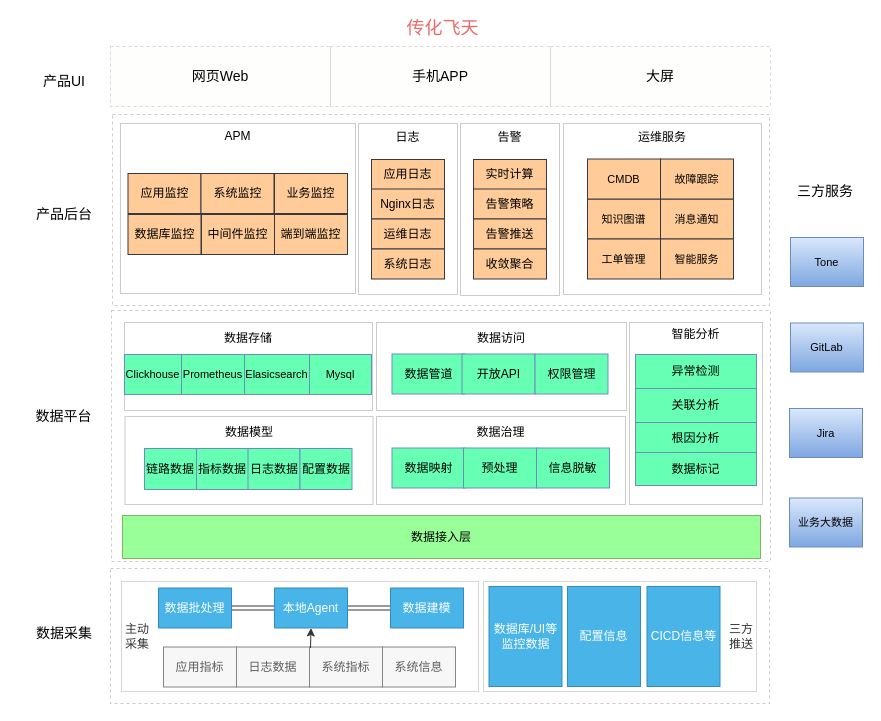
Before: 传化盖亚架构图.drawio in sunface/draw.io, a draw.io diagram. Source tidied: cells renumbered, new cells numbered last; positions are measured from the earlier drawing's top-left corner, leaving out a move shared by most shapes. Both pictures are drawn from the tidied source at 100%, with x=0, y=0 at pixel (17, 18).
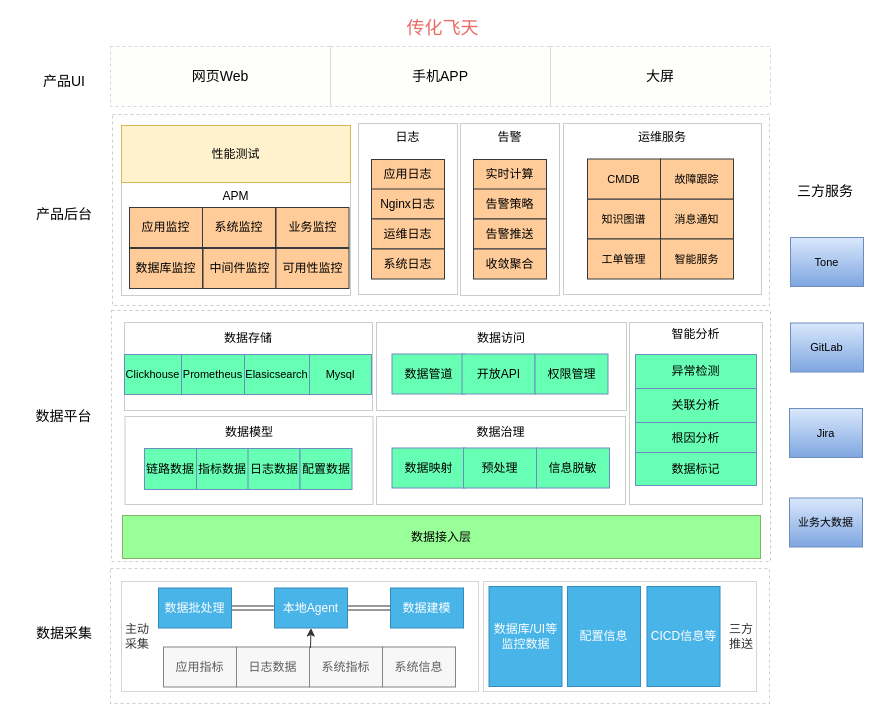
The same page after the edit.

Commit message:
Update 传化盖亚架构图.drawio

Change to the diagram source:
```diff
@@
-    <mxCell id="41" value="&lt;div&gt;&lt;br&gt;&lt;/div&gt;&lt;div&gt;&lt;br&gt;&lt;/div&gt;&lt;div&gt;&lt;br&gt;&lt;/div&gt;&lt;div&gt;&lt;br&gt;&lt;/div&gt;&lt;div&gt;&lt;br&gt;&lt;/div&gt;&lt;div&gt;&lt;br&gt;&lt;/div&gt;&lt;div&gt;APM&lt;/div&gt;&lt;div&gt;&lt;br&gt;&lt;/div&gt;&lt;div&gt;&lt;br&gt;&lt;/div&gt;&lt;div&gt;&lt;br&gt;&lt;/div&gt;&lt;div&gt;&lt;br&gt;&lt;/div&gt;&lt;div&gt;&lt;br&gt;&lt;/div&gt;&lt;div&gt;&lt;br&gt;&lt;/div&gt;&lt;div&gt;&lt;br&gt;&lt;/div&gt;&lt;div&gt;&lt;br&gt;&lt;/div&gt;&lt;div&gt;&lt;br&gt;&lt;/div&gt;&lt;div&gt;&lt;br&gt;&lt;/div&gt;&lt;div&gt;&lt;br&gt;&lt;/div&gt;&lt;div&gt;&lt;br&gt;&lt;/div&gt;&lt;div&gt;&lt;br&gt;&lt;/div&gt;&lt;div&gt;&lt;br&gt;&lt;/div&gt;&lt;div&gt;&lt;br&gt;&lt;/div&gt;&lt;div&gt;&lt;br&gt;&lt;/div&gt;" style="rounded=0;whiteSpace=wrap;html=1;shadow=0;fillColor=#ffffff;gradientColor=none;fontSize=12;opacity=20;align=center;" parent="1" vertex="1">
-      <mxGeometry x="103" y="105" width="235" height="170" as="geometry" />
+    <mxCell id="41" value="&lt;div&gt;&lt;br&gt;&lt;/div&gt;&lt;div&gt;&lt;br&gt;&lt;/div&gt;&lt;div&gt;&lt;br&gt;&lt;/div&gt;&lt;div&gt;&lt;br&gt;&lt;/div&gt;&lt;div&gt;&lt;br&gt;&lt;/div&gt;&lt;div&gt;&lt;br&gt;&lt;/div&gt;&lt;div&gt;&lt;br&gt;&lt;/div&gt;&lt;div&gt;&lt;br&gt;&lt;/div&gt;&lt;div&gt;&lt;br&gt;&lt;/div&gt;&lt;div&gt;&lt;br&gt;&lt;/div&gt;&lt;div&gt;APM&lt;/div&gt;&lt;div&gt;&lt;br&gt;&lt;/div&gt;&lt;div&gt;&lt;br&gt;&lt;/div&gt;&lt;div&gt;&lt;br&gt;&lt;/div&gt;&lt;div&gt;&lt;br&gt;&lt;/div&gt;&lt;div&gt;&lt;br&gt;&lt;/div&gt;&lt;div&gt;&lt;br&gt;&lt;/div&gt;&lt;div&gt;&lt;br&gt;&lt;/div&gt;&lt;div&gt;&lt;br&gt;&lt;/div&gt;&lt;div&gt;&lt;br&gt;&lt;/div&gt;&lt;div&gt;&lt;br&gt;&lt;/div&gt;&lt;div&gt;&lt;br&gt;&lt;/div&gt;&lt;div&gt;&lt;br&gt;&lt;/div&gt;&lt;div&gt;&lt;br&gt;&lt;/div&gt;&lt;div&gt;&lt;br&gt;&lt;/div&gt;&lt;div&gt;&lt;br&gt;&lt;/div&gt;&lt;div&gt;&lt;br&gt;&lt;/div&gt;" style="rounded=0;whiteSpace=wrap;html=1;shadow=0;fillColor=#ffffff;gradientColor=none;fontSize=12;opacity=20;align=center;" parent="1" vertex="1">
+      <mxGeometry x="104" y="164" width="229" height="113" as="geometry" />
     </mxCell>
     <mxCell id="42" value="应用监控" style="rounded=0;whiteSpace=wrap;html=1;shadow=0;fillColor=#ffcc99;fontSize=12;strokeColor=#36393d;" parent="1" vertex="1">
-      <mxGeometry x="110.5" y="155" width="73" height="40" as="geometry" />
+      <mxGeometry x="112" y="189" width="73" height="40" as="geometry" />
     </mxCell>
     <mxCell id="43" value="系统监控" style="rounded=0;whiteSpace=wrap;html=1;shadow=0;fillColor=#ffcc99;fontSize=12;strokeColor=#36393d;" parent="1" vertex="1">
-      <mxGeometry x="183.5" y="155" width="73" height="40" as="geometry" />
+      <mxGeometry x="185" y="189" width="73" height="40" as="geometry" />
     </mxCell>
     <mxCell id="44" value="业务监控" style="rounded=0;whiteSpace=wrap;html=1;shadow=0;fillColor=#ffcc99;fontSize=12;strokeColor=#36393d;" parent="1" vertex="1">
-      <mxGeometry x="257" y="155" width="73" height="40" as="geometry" />
+      <mxGeometry x="258.5" y="189" width="73" height="40" as="geometry" />
     </mxCell>
     <mxCell id="45" value="数据库监控" style="rounded=0;whiteSpace=wrap;html=1;shadow=0;fillColor=#ffcc99;fontSize=12;strokeColor=#36393d;" parent="1" vertex="1">
-      <mxGeometry x="110.5" y="196" width="73" height="40" as="geometry" />
+      <mxGeometry x="112" y="230" width="73" height="40" as="geometry" />
     </mxCell>
     <mxCell id="46" value="中间件监控" style="rounded=0;whiteSpace=wrap;html=1;shadow=0;fillColor=#ffcc99;fontSize=12;strokeColor=#36393d;" parent="1" vertex="1">
-      <mxGeometry x="184" y="196" width="73" height="40" as="geometry" />
+      <mxGeometry x="185.5" y="230" width="73" height="40" as="geometry" />
     </mxCell>
-    <mxCell id="47" value="端到端监控" style="rounded=0;whiteSpace=wrap;html=1;shadow=0;fillColor=#ffcc99;fontSize=12;strokeColor=#36393d;" parent="1" vertex="1">
-      <mxGeometry x="257" y="196" width="73" height="40" as="geometry" />
+    <mxCell id="47" value="可用性监控" style="rounded=0;whiteSpace=wrap;html=1;shadow=0;fillColor=#ffcc99;fontSize=12;strokeColor=#36393d;" parent="1" vertex="1">
+      <mxGeometry x="258.5" y="230" width="73" height="40" as="geometry" />
     </mxCell>
@@
+    <mxCell id="84" value="性能测试" style="rounded=0;whiteSpace=wrap;html=1;shadow=0;fillColor=#fff2cc;fontSize=12;strokeColor=#d6b656;" parent="1" vertex="1">
+      <mxGeometry x="104" y="107" width="229" height="57" as="geometry" />
+    </mxCell>
```
